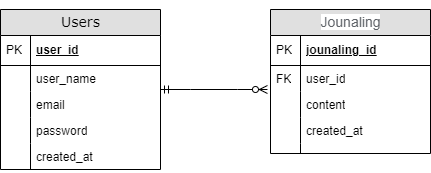
Earlier version of the draw.io export documents/設計/DB.drawio.png (MatsudaSaku/MoodTune). Source tidied: cells renumbered, new cells last; positions are measured from the earlier drawing's top-left corner, leaving out a move shared by most shapes.
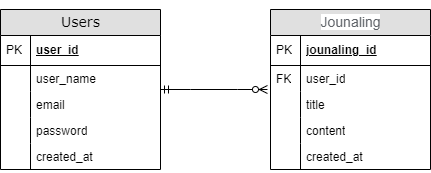
After the change.

Commit message:
DB.drawio.png を更新します

The edit, as a diff of the source:
```diff
@@ -3,7 +3,7 @@
     <mxCell id="0" />
     <mxCell id="1" parent="0" />
     <mxCell id="2" value="&lt;p&gt;&lt;span style=&quot;color: rgb(95, 99, 104); font-family: arial, sans-serif; text-align: left; text-wrap: wrap; background-color: rgb(255, 255, 255);&quot;&gt;Jounaling&lt;/span&gt;&lt;/p&gt;" style="swimlane;html=1;fontStyle=0;horizontal=1;startSize=26;fillColor=#e0e0e0;swimlaneFillColor=#ffffff;align=center;rounded=0;shadow=0;comic=0;labelBackgroundColor=none;strokeWidth=1;fontFamily=Verdana;fontSize=14;" parent="1" vertex="1">
-      <mxGeometry x="270" width="160" height="144" as="geometry" />
+      <mxGeometry x="270" width="160" height="160" as="geometry" />
     </mxCell>
     <mxCell id="3" value="jounaling_id" style="shape=partialRectangle;top=0;left=0;right=0;bottom=1;html=1;align=left;verticalAlign=middle;fillColor=none;spacingLeft=34;spacingRight=4;whiteSpace=wrap;overflow=hidden;fontStyle=5;" parent="2" vertex="1">
       <mxGeometry y="26" width="160" height="30" as="geometry" />
@@ -17,23 +17,23 @@
     <mxCell id="6" value="FK" style="shape=partialRectangle;top=0;left=0;bottom=0;html=1;fillColor=none;align=left;verticalAlign=top;spacingLeft=4;spacingRight=4;whiteSpace=wrap;overflow=hidden;" parent="5" vertex="1">
       <mxGeometry width="30" height="26" as="geometry" />
     </mxCell>
-    <mxCell id="7" value="content" style="shape=partialRectangle;top=0;left=0;right=0;bottom=0;html=1;align=left;verticalAlign=top;fillColor=none;spacingLeft=34;spacingRight=4;whiteSpace=wrap;overflow=hidden;" parent="2" vertex="1">
+    <mxCell id="7" value="title" style="shape=partialRectangle;top=0;left=0;right=0;bottom=0;html=1;align=left;verticalAlign=top;fillColor=none;spacingLeft=34;spacingRight=4;whiteSpace=wrap;overflow=hidden;" parent="2" vertex="1">
       <mxGeometry y="82" width="160" height="26" as="geometry" />
     </mxCell>
     <mxCell id="8" style="shape=partialRectangle;top=0;left=0;bottom=0;html=1;fillColor=none;align=left;verticalAlign=top;spacingLeft=4;spacingRight=4;whiteSpace=wrap;overflow=hidden;" parent="7" vertex="1">
       <mxGeometry width="30" height="26" as="geometry" />
     </mxCell>
-    <mxCell id="9" value="created_at" style="shape=partialRectangle;top=0;left=0;right=0;bottom=0;html=1;align=left;verticalAlign=top;fillColor=none;spacingLeft=34;spacingRight=4;whiteSpace=wrap;overflow=hidden;" parent="2" vertex="1">
+    <mxCell id="9" value="content" style="shape=partialRectangle;top=0;left=0;right=0;bottom=0;html=1;align=left;verticalAlign=top;fillColor=none;spacingLeft=34;spacingRight=4;whiteSpace=wrap;overflow=hidden;" parent="2" vertex="1">
       <mxGeometry y="108" width="160" height="26" as="geometry" />
     </mxCell>
     <mxCell id="10" style="shape=partialRectangle;top=0;left=0;bottom=0;html=1;fillColor=none;align=left;verticalAlign=top;spacingLeft=4;spacingRight=4;whiteSpace=wrap;overflow=hidden;" parent="9" vertex="1">
       <mxGeometry width="30" height="26" as="geometry" />
     </mxCell>
-    <mxCell id="11" style="shape=partialRectangle;top=0;left=0;right=0;bottom=0;html=1;align=left;verticalAlign=top;fillColor=none;spacingLeft=34;spacingRight=4;whiteSpace=wrap;overflow=hidden;" parent="2" vertex="1">
-      <mxGeometry y="134" width="160" height="10" as="geometry" />
+    <mxCell id="11" value="created_at" style="shape=partialRectangle;top=0;left=0;right=0;bottom=0;html=1;align=left;verticalAlign=top;fillColor=none;spacingLeft=34;spacingRight=4;whiteSpace=wrap;overflow=hidden;" parent="2" vertex="1">
+      <mxGeometry y="134" width="160" height="26" as="geometry" />
     </mxCell>
     <mxCell id="12" style="shape=partialRectangle;top=0;left=0;bottom=0;html=1;fillColor=none;align=left;verticalAlign=top;spacingLeft=4;spacingRight=4;whiteSpace=wrap;overflow=hidden;" parent="11" vertex="1">
-      <mxGeometry width="30" height="10" as="geometry" />
+      <mxGeometry width="30" height="26" as="geometry" />
     </mxCell>
     <mxCell id="13" value="Users" style="swimlane;html=1;fontStyle=0;horizontal=1;startSize=26;fillColor=#e0e0e0;swimlaneFillColor=none;align=center;rounded=0;shadow=0;comic=0;labelBackgroundColor=none;strokeWidth=1;fontFamily=Verdana;fontSize=14;" parent="1" vertex="1">
       <mxGeometry width="160" height="160" as="geometry" />
```
